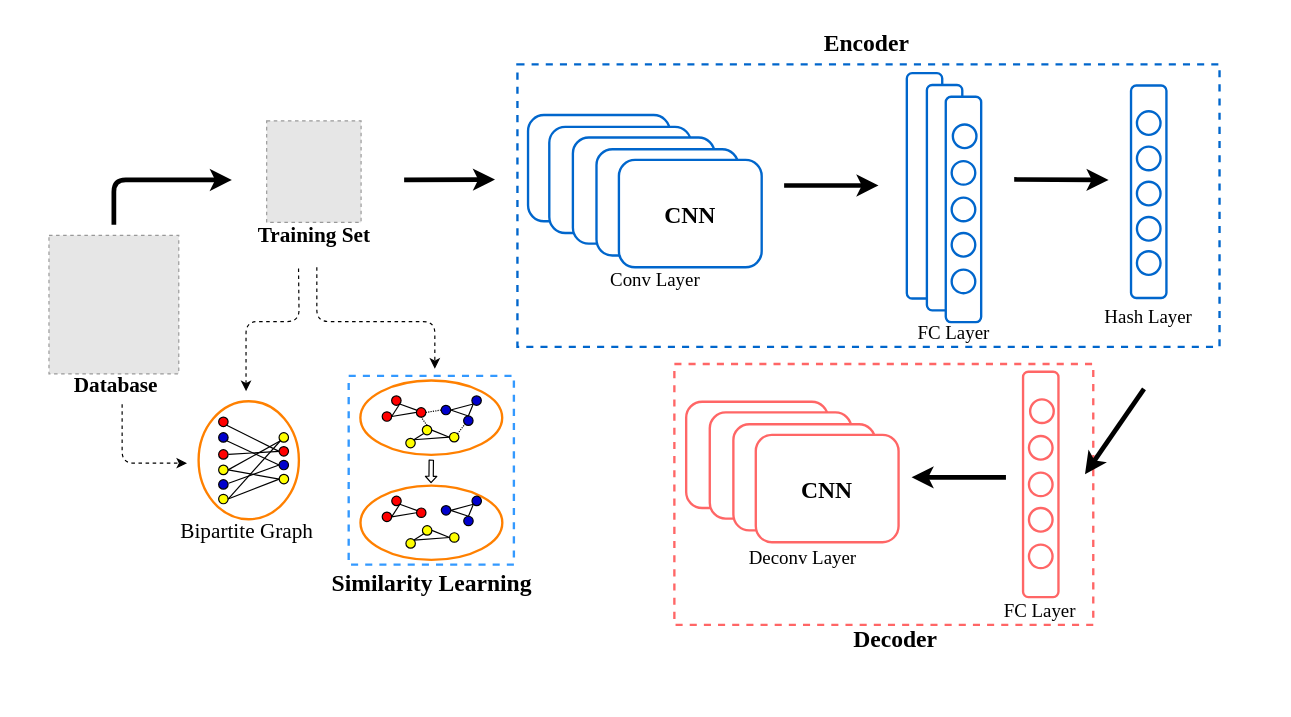
pangxuanrong/DSH-NetWork keeps this draw.io diagram as Untitled Diagram.drawio. Above is the earlier version. Source tidied: cells renumbered, new cells numbered last; positions are measured from the earlier drawing's top-left corner, leaving out a move shared by most shapes. Both pictures are drawn from the tidied source at 118%, with x=0, y=0 at pixel (33, 20). Pictures stored in the file or linked from it are replaced by grey dashed boxes.
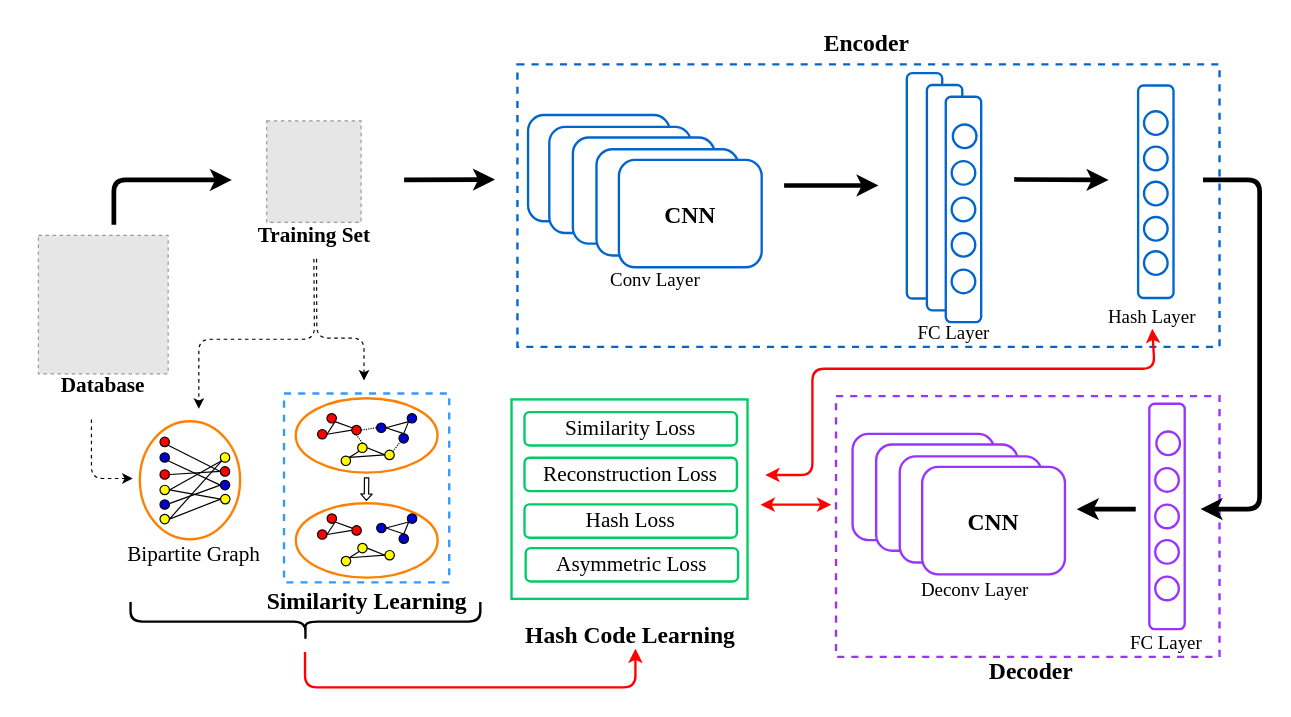
The same diagram, later.

The change refers to these unchanged cells:
```xml
<mxCell id="5" value="&lt;span style=&quot;font-size: 18px&quot;&gt;&lt;font face=&quot;Times New Roman&quot;&gt;&lt;b&gt;Training Set&lt;/b&gt;&lt;/font&gt;&lt;/span&gt;" style="text;html=1;strokeColor=none;fillColor=none;align=center;verticalAlign=middle;whiteSpace=wrap;rounded=0;shadow=0;" parent="1" vertex="1">
  <mxGeometry x="167.5" y="162" width="140" height="40" as="geometry" />
</mxCell>
<mxCell id="98" style="group;" parent="97" vertex="1">
  <mxGeometry x="33" y="20" width="30" height="191" as="geometry" />
</mxCell>
```

The edit, as a diff of the source:
```diff
@@
+    <mxCell id="3" style="rounded=0;whiteSpace=wrap;html=1;strokeWidth=2;gradientColor=none;dashed=1;fillColor=none;strokeColor=#0066CC;" parent="1" vertex="1">
+      <mxGeometry x="410" y="37" width="595" height="239.5" as="geometry" />
+    </mxCell>
+    <mxCell id="125" style="rounded=0;whiteSpace=wrap;html=1;strokeWidth=2;gradientColor=none;strokeColor=#00CC66;" parent="1" vertex="1">
+      <mxGeometry x="405" y="321" width="200" height="169" as="geometry" />
+    </mxCell>
-    <mxCell id="2" style="rounded=0;whiteSpace=wrap;html=1;strokeWidth=2;gradientColor=none;dashed=1;fillColor=none;strokeColor=#FF6666;" parent="1" vertex="1">
-      <mxGeometry x="543" y="291" width="355" height="221" as="geometry" />
+    <mxCell id="2" style="rounded=0;whiteSpace=wrap;html=1;strokeWidth=2;gradientColor=none;dashed=1;fillColor=none;strokeColor=#9933FF;" parent="1" vertex="1">
+      <mxGeometry x="680" y="318.2" width="325" height="221" as="geometry" />
     </mxCell>
-    <mxCell id="3" style="rounded=0;whiteSpace=wrap;html=1;strokeWidth=2;gradientColor=none;dashed=1;fillColor=none;strokeColor=#0066CC;" parent="1" vertex="1">
-      <mxGeometry x="410" y="37" width="595" height="239.5" as="geometry" />
-    </mxCell>
@@
     <mxCell id="7" value="&lt;span style=&quot;font-size: 18px&quot;&gt;&lt;font face=&quot;Times New Roman&quot;&gt;&lt;b&gt;Database&lt;/b&gt;&lt;/font&gt;&lt;/span&gt;" style="text;html=1;strokeColor=none;fillColor=none;align=center;verticalAlign=middle;whiteSpace=wrap;rounded=0;shadow=0;" parent="1" vertex="1">
-      <mxGeometry y="289" width="140" height="40" as="geometry" />
+      <mxGeometry x="-11" y="289" width="140" height="40" as="geometry" />
     </mxCell>
     <mxCell id="8" style="endArrow=classic;html=1;strokeWidth=1;dashed=1;" parent="1" edge="1">
       <mxGeometry relative="1" as="geometry">
-        <mxPoint x="75" y="325" as="sourcePoint" />
-        <mxPoint x="130" y="375" as="targetPoint" />
+        <mxPoint x="49" y="338" as="sourcePoint" />
+        <mxPoint x="84" y="388" as="targetPoint" />
         <Array as="points">
-          <mxPoint x="75" y="375" />
+          <mxPoint x="49" y="388" />
         </Array>
       </mxGeometry>
     </mxCell>
-    <mxCell id="9" style="endArrow=classic;html=1;dashed=1;strokeWidth=1;exitX=0.5;exitY=1;exitDx=0;exitDy=0;" parent="1" edge="1">
+    <mxCell id="9" style="endArrow=classic;html=1;dashed=1;strokeWidth=1;exitX=0.5;exitY=1;exitDx=0;exitDy=0;" parent="1" edge="1" source="5">
       <mxGeometry relative="1" as="geometry">
-        <mxPoint x="224.5" y="210" as="sourcePoint" />
-        <mxPoint x="180" y="314" as="targetPoint" />
+        <mxPoint x="140" y="329" as="targetPoint" />
         <Array as="points">
-          <mxPoint x="225" y="255" />
-          <mxPoint x="180" y="255" />
+          <mxPoint x="238" y="270" />
+          <mxPoint x="140" y="270" />
         </Array>
       </mxGeometry>
     </mxCell>
     <mxCell id="10" style="fillColor=#E6E6E6;strokeColor=#999999;dashed=1;verticalLabelPosition=bottom;labelBackgroundColor=#ffffff;verticalAlign=top;" parent="1" vertex="1">
-      <mxGeometry x="13" y="182" width="110" height="117.3" as="geometry" />
+      <mxGeometry x="4" y="182" width="110" height="117.3" as="geometry" />
     </mxCell>
     <mxCell id="11" value="&lt;font face=&quot;Times New Roman&quot; style=&quot;font-size: 18px&quot;&gt;Bipartite Graph&lt;/font&gt;" style="text;html=1;strokeColor=none;fillColor=none;align=center;verticalAlign=middle;whiteSpace=wrap;rounded=0;shadow=0;fontSize=12;" parent="1" vertex="1">
-      <mxGeometry x="111.2" y="413.4" width="140" height="40" as="geometry" />
+      <mxGeometry x="65.5" y="432.2" width="140" height="40" as="geometry" />
     </mxCell>
     <mxCell id="12" style="ellipse;whiteSpace=wrap;html=1;rounded=0;shadow=0;strokeWidth=1;fillColor=#FF0000;" parent="1" vertex="1">
-      <mxGeometry x="156.8" y="336" width="8" height="8" as="geometry" />
+      <mxGeometry x="107.1" y="353" width="8" height="8" as="geometry" />
     </mxCell>
     <mxCell id="13" style="ellipse;whiteSpace=wrap;html=1;rounded=0;shadow=0;strokeWidth=1;fillColor=#0000CC;" parent="1" vertex="1">
-      <mxGeometry x="156.8" y="349.2" width="8" height="8" as="geometry" />
+      <mxGeometry x="107.1" y="366.2" width="8" height="8" as="geometry" />
     </mxCell>
     <mxCell id="14" style="ellipse;whiteSpace=wrap;html=1;rounded=0;shadow=0;strokeWidth=1;fillColor=#FF0000;" parent="1" vertex="1">
-      <mxGeometry x="156.8" y="363.6" width="8" height="8" as="geometry" />
+      <mxGeometry x="107.1" y="380.6" width="8" height="8" as="geometry" />
     </mxCell>
     <mxCell id="15" style="ellipse;whiteSpace=wrap;html=1;rounded=0;shadow=0;strokeWidth=1;fillColor=#FFFF00;" parent="1" vertex="1">
-      <mxGeometry x="156.8" y="376.7" width="8" height="8" as="geometry" />
+      <mxGeometry x="107.1" y="393.7" width="8" height="8" as="geometry" />
     </mxCell>
     <mxCell id="16" style="ellipse;whiteSpace=wrap;html=1;rounded=0;shadow=0;strokeWidth=1;fillColor=#FF0000;" parent="1" vertex="1">
-      <mxGeometry x="208" y="361" width="8" height="8" as="geometry" />
+      <mxGeometry x="158.2" y="378" width="8" height="8" as="geometry" />
     </mxCell>
     <mxCell id="17" style="ellipse;whiteSpace=wrap;html=1;rounded=0;shadow=0;strokeWidth=1;fillColor=#FFFF00;" parent="1" vertex="1">
-      <mxGeometry x="208" y="349.2" width="8" height="8" as="geometry" />
+      <mxGeometry x="158.2" y="366.2" width="8" height="8" as="geometry" />
     </mxCell>
@@
     <mxCell id="20" style="endArrow=none;html=1;strokeWidth=1;exitX=1.032;exitY=0.377;exitDx=0;exitDy=0;exitPerimeter=0;entryX=0;entryY=0.5;entryDx=0;entryDy=0;" parent="1" edge="1" target="16">
       <mxGeometry relative="1" as="geometry">
-        <mxPoint x="165.1" y="367.6" as="sourcePoint" />
+        <mxPoint x="115.4" y="384.6" as="sourcePoint" />
       </mxGeometry>
     </mxCell>
     <mxCell id="21" style="ellipse;whiteSpace=wrap;html=1;rounded=0;shadow=0;strokeWidth=1;fillColor=#0000CC;" parent="1" vertex="1">
-      <mxGeometry x="208" y="372.6" width="8" height="8" as="geometry" />
+      <mxGeometry x="158.2" y="389.6" width="8" height="8" as="geometry" />
     </mxCell>
@@
     <mxCell id="23" style="ellipse;whiteSpace=wrap;html=1;rounded=0;shadow=0;strokeWidth=1;fillColor=#0000CC;" parent="1" vertex="1">
-      <mxGeometry x="156.8" y="389" width="8" height="8" as="geometry" />
+      <mxGeometry x="107.1" y="406" width="8" height="8" as="geometry" />
     </mxCell>
@@
     <mxCell id="25" style="ellipse;whiteSpace=wrap;html=1;rounded=0;shadow=0;strokeWidth=1;fillColor=#FFFF00;" parent="1" vertex="1">
-      <mxGeometry x="208.1" y="384.5" width="8" height="8" as="geometry" />
+      <mxGeometry x="158.4" y="401.5" width="8" height="8" as="geometry" />
     </mxCell>
@@
     <mxCell id="27" style="ellipse;whiteSpace=wrap;html=1;rounded=0;shadow=0;strokeWidth=1;fillColor=#FFFF00;" parent="1" vertex="1">
-      <mxGeometry x="156.8" y="401.4" width="8" height="8" as="geometry" />
+      <mxGeometry x="107.1" y="418.4" width="8" height="8" as="geometry" />
     </mxCell>
@@
     <mxCell id="30" style="ellipse;whiteSpace=wrap;html=1;strokeColor=#FF8000;fillColor=none;strokeWidth=2;" parent="1" vertex="1">
-      <mxGeometry x="139.8" y="322.5" width="85" height="100" as="geometry" />
+      <mxGeometry x="90" y="339.5" width="85" height="100" as="geometry" />
     </mxCell>
     <mxCell id="31" style="group;" parent="1" vertex="1">
-      <mxGeometry x="247" y="301" width="180" height="185" as="geometry" />
+      <mxGeometry x="192.2" y="316" width="180" height="185" as="geometry" />
     </mxCell>
-    <mxCell id="32" value="&lt;b style=&quot;color: rgb(0 , 0 , 0) ; font-style: normal ; letter-spacing: normal ; text-align: center ; text-indent: 0px ; text-transform: none ; word-spacing: 0px ; background-color: rgb(255 , 255 , 255)&quot;&gt;&lt;font style=&quot;font-size: 20px&quot; face=&quot;Times New Roman&quot;&gt;Similarity Learning&lt;/font&gt;&lt;/b&gt;" style="text;whiteSpace=wrap;html=1;" parent="31" vertex="1">
+    <mxCell id="32" value="&lt;b style=&quot;text-align: center&quot;&gt;&lt;font face=&quot;Times New Roman&quot; style=&quot;font-size: 20px&quot;&gt;Similarity Learning&lt;/font&gt;&lt;/b&gt;" style="text;whiteSpace=wrap;html=1;" parent="31" vertex="1">
       <mxGeometry x="4" y="157" width="180" height="30" as="geometry" />
     </mxCell>
@@
-    <mxCell id="78" style="endArrow=classic;html=1;dashed=1;" parent="1" edge="1">
+    <mxCell id="78" style="endArrow=classic;html=1;dashed=1;exitX=0.516;exitY=0.997;exitDx=0;exitDy=0;exitPerimeter=0;" parent="1" edge="1" source="5">
       <mxGeometry relative="1" as="geometry">
-        <mxPoint x="240" y="209" as="sourcePoint" />
-        <mxPoint x="340" y="295" as="targetPoint" />
+        <mxPoint x="280" y="305" as="targetPoint" />
         <Array as="points">
-          <mxPoint x="240" y="255" />
-          <mxPoint x="340" y="255" />
+          <mxPoint x="240" y="269" />
+          <mxPoint x="280" y="269" />
         </Array>
       </mxGeometry>
     </mxCell>
@@
-    <mxCell id="96" style="endArrow=classic;html=1;strokeWidth=4;" parent="1" edge="1">
-      <mxGeometry relative="1" as="geometry">
-        <mxPoint x="941" y="312" as="sourcePoint" />
-        <mxPoint x="891" y="384.4" as="targetPoint" />
-      </mxGeometry>
-    </mxCell>
     <mxCell id="97" style="group;" parent="1" vertex="1">
-      <mxGeometry x="805.5" y="277.5" width="63" height="211" as="geometry" />
+      <mxGeometry x="912.5" y="304.7" width="63" height="211" as="geometry" />
     </mxCell>
@@
-    <mxCell id="99" style="rounded=1;whiteSpace=wrap;html=1;strokeWidth=2;gradientColor=none;strokeColor=#FF6666;" parent="98" vertex="1">
+    <mxCell id="99" style="rounded=1;whiteSpace=wrap;html=1;strokeWidth=2;gradientColor=none;strokeColor=#9933FF;" parent="98" vertex="1">
       <mxGeometry width="30" height="191" as="geometry" />
     </mxCell>
-    <mxCell id="100" style="ellipse;whiteSpace=wrap;html=1;strokeWidth=2;gradientColor=none;strokeColor=#FF6666;" parent="98" vertex="1">
+    <mxCell id="100" style="ellipse;whiteSpace=wrap;html=1;strokeWidth=2;gradientColor=none;strokeColor=#9933FF;" parent="98" vertex="1">
       <mxGeometry x="6" y="23.5" width="20" height="20" as="geometry" />
     </mxCell>
-    <mxCell id="101" style="ellipse;whiteSpace=wrap;html=1;strokeWidth=2;gradientColor=none;strokeColor=#FF6666;" parent="98" vertex="1">
+    <mxCell id="101" style="ellipse;whiteSpace=wrap;html=1;strokeWidth=2;gradientColor=none;strokeColor=#9933FF;" parent="98" vertex="1">
       <mxGeometry x="5" y="54.5" width="20" height="20" as="geometry" />
     </mxCell>
-    <mxCell id="102" style="ellipse;whiteSpace=wrap;html=1;strokeWidth=2;gradientColor=none;strokeColor=#FF6666;" parent="98" vertex="1">
+    <mxCell id="102" style="ellipse;whiteSpace=wrap;html=1;strokeWidth=2;gradientColor=none;strokeColor=#9933FF;" parent="98" vertex="1">
       <mxGeometry x="5" y="85.5" width="20" height="20" as="geometry" />
     </mxCell>
-    <mxCell id="103" style="ellipse;whiteSpace=wrap;html=1;strokeWidth=2;gradientColor=none;strokeColor=#FF6666;" parent="98" vertex="1">
+    <mxCell id="103" style="ellipse;whiteSpace=wrap;html=1;strokeWidth=2;gradientColor=none;strokeColor=#9933FF;" parent="98" vertex="1">
       <mxGeometry x="5" y="115.5" width="20" height="20" as="geometry" />
     </mxCell>
-    <mxCell id="104" style="ellipse;whiteSpace=wrap;html=1;strokeWidth=2;gradientColor=none;strokeColor=#FF6666;" parent="98" vertex="1">
+    <mxCell id="104" style="ellipse;whiteSpace=wrap;html=1;strokeWidth=2;gradientColor=none;strokeColor=#9933FF;" parent="98" vertex="1">
       <mxGeometry x="5" y="146.5" width="20" height="20" as="geometry" />
     </mxCell>
     <mxCell id="105" style="group;" parent="1" vertex="1">
-      <mxGeometry x="553" y="323" width="180" height="119" as="geometry" />
+      <mxGeometry x="694" y="350.2" width="180" height="119" as="geometry" />
     </mxCell>
-    <mxCell id="106" style="rounded=1;whiteSpace=wrap;html=1;strokeWidth=2;strokeColor=#FF6666;" parent="105" vertex="1">
+    <mxCell id="106" style="rounded=1;whiteSpace=wrap;html=1;strokeWidth=2;strokeColor=#9933FF;" parent="105" vertex="1">
       <mxGeometry width="120" height="90" as="geometry" />
     </mxCell>
-    <mxCell id="107" style="rounded=1;whiteSpace=wrap;html=1;strokeWidth=2;strokeColor=#FF6666;" parent="105" vertex="1">
+    <mxCell id="107" style="rounded=1;whiteSpace=wrap;html=1;strokeWidth=2;strokeColor=#9933FF;" parent="105" vertex="1">
       <mxGeometry x="20" y="9" width="120" height="90" as="geometry" />
     </mxCell>
-    <mxCell id="108" style="rounded=1;whiteSpace=wrap;html=1;strokeWidth=2;strokeColor=#FF6666;" parent="105" vertex="1">
+    <mxCell id="108" style="rounded=1;whiteSpace=wrap;html=1;strokeWidth=2;strokeColor=#9933FF;" parent="105" vertex="1">
       <mxGeometry x="40" y="19" width="120" height="90" as="geometry" />
     </mxCell>
-    <mxCell id="109" value="&lt;font face=&quot;Times New Roman&quot; style=&quot;font-size: 20px&quot;&gt;&lt;b&gt;CNN&lt;/b&gt;&lt;/font&gt;" style="rounded=1;whiteSpace=wrap;html=1;strokeWidth=2;strokeColor=#FF6666;" parent="105" vertex="1">
+    <mxCell id="109" value="&lt;font face=&quot;Times New Roman&quot; style=&quot;font-size: 20px&quot;&gt;&lt;b&gt;CNN&lt;/b&gt;&lt;/font&gt;" style="rounded=1;whiteSpace=wrap;html=1;strokeWidth=2;strokeColor=#9933FF;" parent="105" vertex="1">
       <mxGeometry x="59" y="28" width="121" height="91" as="geometry" />
     </mxCell>
     <mxCell id="110" style="endArrow=classic;html=1;strokeWidth=4;" parent="1" edge="1">
       <mxGeometry relative="1" as="geometry">
-        <mxPoint x="824" y="387" as="sourcePoint" />
-        <mxPoint x="744" y="387" as="targetPoint" />
+        <mxPoint x="934" y="414" as="sourcePoint" />
+        <mxPoint x="884" y="414" as="targetPoint" />
       </mxGeometry>
     </mxCell>
@@
     <mxCell id="112" value="&lt;font face=&quot;Times New Roman&quot; style=&quot;font-size: 16px&quot;&gt;Deconv Layer&lt;/font&gt;" style="text;html=1;strokeColor=none;fillColor=none;align=center;verticalAlign=middle;whiteSpace=wrap;rounded=0;shadow=0;fontSize=12;" parent="1" vertex="1">
-      <mxGeometry x="582" y="435" width="140" height="40" as="geometry" />
+      <mxGeometry x="728" y="462.2" width="140" height="40" as="geometry" />
     </mxCell>
@@
     <mxCell id="114" value="&lt;font face=&quot;Times New Roman&quot; style=&quot;font-size: 16px&quot;&gt;FC Layer&lt;/font&gt;" style="text;html=1;strokeColor=none;fillColor=none;align=center;verticalAlign=middle;whiteSpace=wrap;rounded=0;shadow=0;fontSize=12;" parent="1" vertex="1">
-      <mxGeometry x="783" y="480" width="140" height="40" as="geometry" />
+      <mxGeometry x="890" y="507.2" width="140" height="40" as="geometry" />
     </mxCell>
     <mxCell id="115" value="&lt;font face=&quot;Times New Roman&quot; style=&quot;font-size: 16px&quot;&gt;&lt;span&gt;Hash Layer&lt;br&gt;&lt;br&gt;&lt;/span&gt;&lt;/font&gt;" style="text;html=1;strokeColor=none;fillColor=none;align=center;verticalAlign=middle;whiteSpace=wrap;rounded=0;shadow=0;fontSize=12;rotation=0;" parent="1" vertex="1">
-      <mxGeometry x="875" y="241" width="140" height="40" as="geometry" />
+      <mxGeometry x="878" y="241" width="140" height="40" as="geometry" />
     </mxCell>
@@
     <mxCell id="117" style="group;" parent="1" vertex="1">
-      <mxGeometry x="930" y="55" width="30" height="180" as="geometry" />
+      <mxGeometry x="936" y="55" width="30" height="180" as="geometry" />
     </mxCell>
@@
     <mxCell id="124" value="&lt;b style=&quot;color: rgb(0 , 0 , 0) ; font-family: &amp;#34;helvetica&amp;#34; ; font-style: normal ; letter-spacing: normal ; text-align: center ; text-indent: 0px ; text-transform: none ; word-spacing: 0px ; background-color: rgb(255 , 255 , 255)&quot;&gt;&lt;font face=&quot;Times New Roman&quot; style=&quot;font-size: 20px&quot;&gt;Decoder&lt;/font&gt;&lt;/b&gt;" style="text;whiteSpace=wrap;html=1;" parent="1" vertex="1">
-      <mxGeometry x="692.5" y="505" width="120" height="30" as="geometry" />
+      <mxGeometry x="807.5" y="532.2" width="120" height="30" as="geometry" />
     </mxCell>
+    <mxCell id="126" style="edgeStyle=segmentEdgeStyle;endArrow=classic;html=1;strokeWidth=4;" parent="1" edge="1">
+      <mxGeometry relative="1" as="geometry">
+        <mxPoint x="991" y="135" as="sourcePoint" />
+        <mxPoint x="988.9" y="413.9" as="targetPoint" />
+        <Array as="points">
+          <mxPoint x="1039" y="413.4" />
+        </Array>
+      </mxGeometry>
+    </mxCell>
+    <mxCell id="127" value="&lt;b style=&quot;color: rgb(0 , 0 , 0) ; font-family: &amp;#34;helvetica&amp;#34; ; font-size: 12px ; font-style: normal ; letter-spacing: normal ; text-indent: 0px ; text-transform: none ; word-spacing: 0px ; text-align: center ; background-color: rgb(255 , 255 , 255)&quot;&gt;&lt;font face=&quot;Times New Roman&quot; style=&quot;font-size: 20px&quot;&gt;Hash Code Learning&lt;/font&gt;&lt;/b&gt;" style="text;whiteSpace=wrap;html=1;" parent="1" vertex="1">
+      <mxGeometry x="415" y="502.2" width="190" height="30" as="geometry" />
+    </mxCell>
+    <mxCell id="128" style="shape=curlyBracket;whiteSpace=wrap;html=1;rounded=1;strokeWidth=2;fillColor=#ffffff;gradientColor=none;rotation=-90;size=0.4974171984199299;" parent="1" vertex="1">
+      <mxGeometry x="213.9" y="361" width="32.9" height="296.4" as="geometry" />
+    </mxCell>
+    <mxCell id="129" style="endArrow=classic;html=1;strokeWidth=2;strokeColor=#FF0000;entryX=0.5;entryY=1;entryDx=0;entryDy=0;" parent="1" edge="1" target="127">
+      <mxGeometry relative="1" as="geometry">
+        <mxPoint x="230" y="535" as="sourcePoint" />
+        <Array as="points">
+          <mxPoint x="230" y="565" />
+          <mxPoint x="510" y="565" />
+        </Array>
+      </mxGeometry>
+    </mxCell>
+    <mxCell id="130" style="endArrow=classic;startArrow=classic;html=1;strokeColor=#FF0000;strokeWidth=2;" parent="1" edge="1">
+      <mxGeometry relative="1" as="geometry">
+        <mxPoint x="616" y="410.2" as="sourcePoint" />
+        <mxPoint x="676" y="410.2" as="targetPoint" />
+      </mxGeometry>
+    </mxCell>
+    <mxCell id="131" style="endArrow=classic;startArrow=classic;html=1;strokeColor=#FF0000;strokeWidth=2;" parent="1" edge="1">
+      <mxGeometry relative="1" as="geometry">
+        <mxPoint x="620" y="385" as="sourcePoint" />
+        <mxPoint x="948" y="261" as="targetPoint" />
+        <Array as="points">
+          <mxPoint x="660" y="385" />
+          <mxPoint x="660" y="295" />
+          <mxPoint x="950" y="295" />
+        </Array>
+      </mxGeometry>
+    </mxCell>
+    <mxCell id="132" value="&lt;font face=&quot;Times New Roman&quot; style=&quot;font-size: 18px&quot;&gt;Similarity Loss&lt;/font&gt;" style="rounded=1;whiteSpace=wrap;html=1;strokeWidth=2;fillColor=#ffffff;gradientColor=none;strokeColor=#00CC66;" parent="1" vertex="1">
+      <mxGeometry x="416" y="331.7" width="180" height="28.3" as="geometry" />
+    </mxCell>
+    <mxCell id="133" value="&lt;span style=&quot;font-family: &amp;#34;times new roman&amp;#34; ; font-size: 18px&quot;&gt;Reconstruction Loss&lt;/span&gt;" style="rounded=1;whiteSpace=wrap;html=1;strokeWidth=2;fillColor=#ffffff;gradientColor=none;strokeColor=#00CC66;" parent="1" vertex="1">
+      <mxGeometry x="416" y="370.4" width="180" height="28.3" as="geometry" />
+    </mxCell>
+    <mxCell id="134" value="&lt;span style=&quot;font-family: &amp;#34;times new roman&amp;#34; ; font-size: 18px&quot;&gt;Hash Loss&lt;/span&gt;" style="rounded=1;whiteSpace=wrap;html=1;strokeWidth=2;fillColor=#ffffff;gradientColor=none;strokeColor=#00CC66;" parent="1" vertex="1">
+      <mxGeometry x="416" y="409.9" width="180" height="28.3" as="geometry" />
+    </mxCell>
+    <mxCell id="135" value="&lt;font face=&quot;times new roman&quot;&gt;&lt;span style=&quot;font-size: 18px&quot;&gt;Asymmetric&amp;nbsp;Loss&lt;/span&gt;&lt;/font&gt;" style="rounded=1;whiteSpace=wrap;html=1;strokeWidth=2;fillColor=#ffffff;gradientColor=none;strokeColor=#00CC66;" parent="1" vertex="1">
+      <mxGeometry x="417" y="447" width="180" height="28.3" as="geometry" />
+    </mxCell>
```
